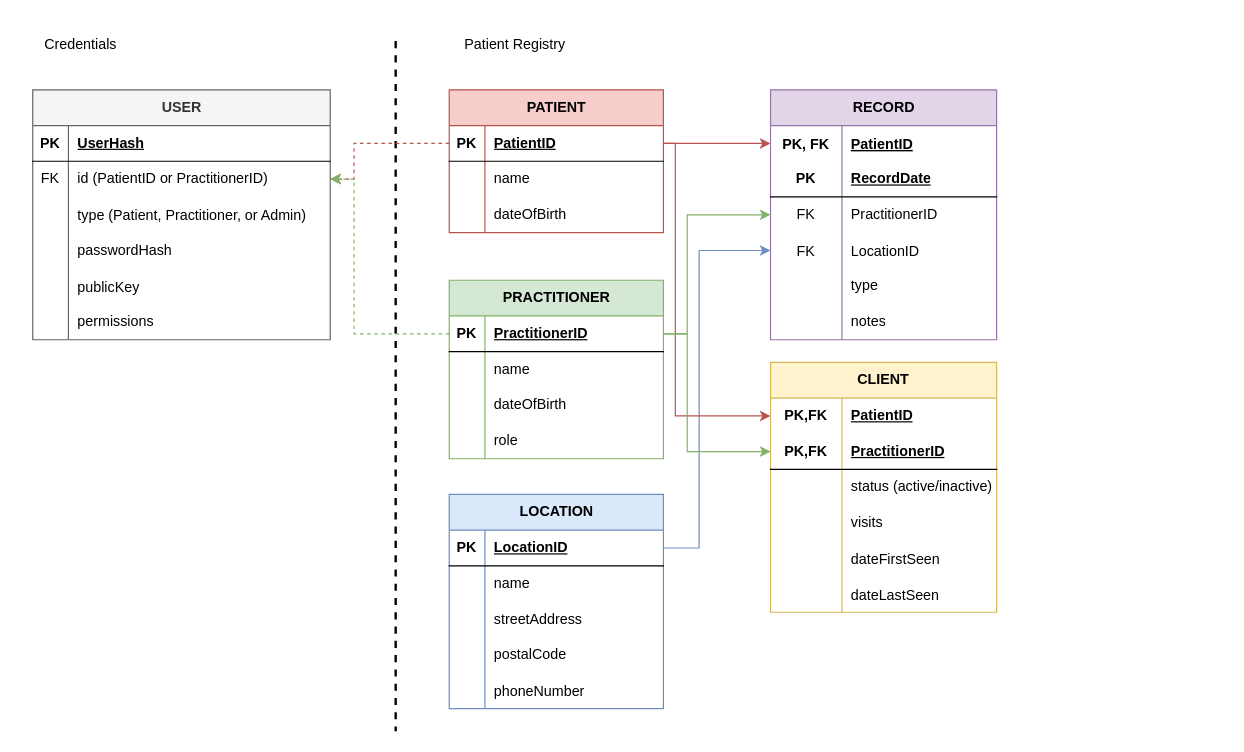
This is doc/EntityRelationshipDiagram.drawio from marciehenderson/electronic-health, a draw.io file, before an edit. Source tidied: cells renumbered, new cells numbered last; positions are measured from the earlier drawing's top-left corner, leaving out a move shared by most shapes. Both pictures are drawn from the tidied source at 119%, with x=0, y=0 at pixel (32, 26).
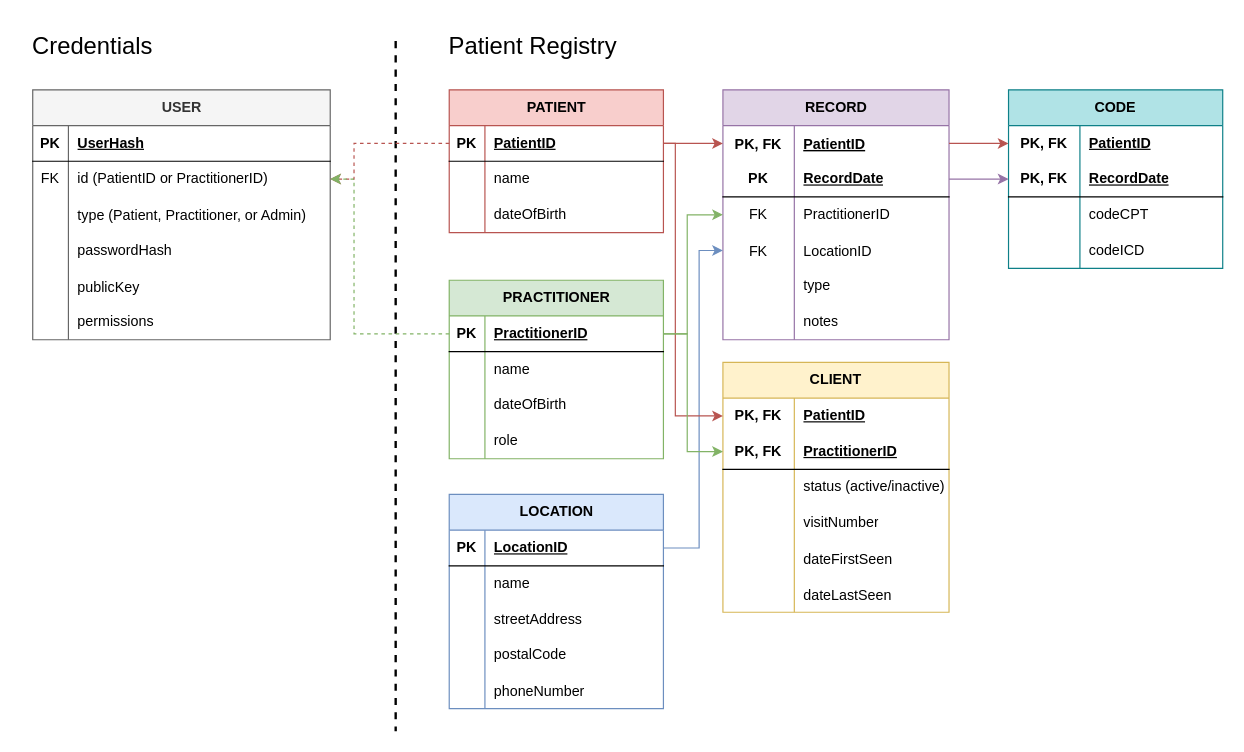
The same page after the edit.

The change refers to these unchanged cells:
```xml
<mxCell id="26" style="shape=tableRow;horizontal=0;startSize=0;swimlaneHead=0;swimlaneBody=0;fillColor=none;points=[[0,0.5],[1,0.5]];portConstraint=eastwest;top=0;left=0;right=0;bottom=0;" parent="25" vertex="1">
  <mxGeometry y="30" width="190" height="30" as="geometry" />
</mxCell>
<mxCell id="29" style="shape=tableRow;horizontal=0;startSize=0;swimlaneHead=0;swimlaneBody=0;fillColor=none;points=[[0,0.5],[1,0.5]];portConstraint=eastwest;top=0;left=0;right=0;bottom=1;" parent="25" vertex="1">
  <mxGeometry y="60" width="190" height="30" as="geometry" />
</mxCell>
<mxCell id="86" style="shape=tableRow;horizontal=0;startSize=0;swimlaneHead=0;swimlaneBody=0;fillColor=none;points=[[0,0.5],[1,0.5]];portConstraint=eastwest;top=0;left=0;right=0;bottom=0;html=1;" parent="85" vertex="1">
  <mxGeometry y="30" width="190" height="30" as="geometry" />
</mxCell>
<mxCell id="89" style="shape=tableRow;horizontal=0;startSize=0;swimlaneHead=0;swimlaneBody=0;fillColor=none;points=[[0,0.5],[1,0.5]];portConstraint=eastwest;top=0;left=0;right=0;bottom=1;html=1;" parent="85" vertex="1">
  <mxGeometry y="60" width="190" height="30" as="geometry" />
</mxCell>
<mxCell id="95" style="shape=tableRow;horizontal=0;startSize=0;swimlaneHead=0;swimlaneBody=0;fillColor=none;top=0;left=0;right=0;bottom=0;html=1;" parent="85" vertex="1">
  <mxGeometry y="120" width="190" height="30" as="geometry" />
</mxCell>
```

Diff of the diagram source:
```diff
@@
     <mxCell id="25" value="RECORD" style="shape=table;startSize=30;childLayout=tableLayout;rowLines=0;fontStyle=1;align=center;html=1;fillColor=#e1d5e7;strokeColor=#9673a6;" parent="1" vertex="1">
-      <mxGeometry x="620" y="53" width="190" height="210" as="geometry" />
+      <mxGeometry x="580" y="53" width="190" height="210" as="geometry" />
     </mxCell>
@@
-    <mxCell id="83" value="Credentials" style="text;html=1;align=center;verticalAlign=middle;strokeColor=none;fillColor=none;" parent="1" vertex="1">
-      <mxGeometry width="80" height="30" as="geometry" />
+    <mxCell id="83" value="Credentials" style="text;html=1;align=center;verticalAlign=middle;strokeColor=none;fillColor=none;fontSize=20;" parent="1" vertex="1">
+      <mxGeometry x="-10" y="-5" width="120" height="40" as="geometry" />
     </mxCell>
-    <mxCell id="84" value="&lt;div&gt;Patient Registry&lt;/div&gt;" style="text;html=1;align=center;verticalAlign=middle;strokeColor=none;fillColor=none;" parent="1" vertex="1">
-      <mxGeometry x="350" width="110" height="30" as="geometry" />
+    <mxCell id="84" value="&lt;div style=&quot;font-size: 20px;&quot;&gt;Patient Registry&lt;/div&gt;" style="text;html=1;align=center;verticalAlign=middle;strokeColor=none;fillColor=none;fontSize=20;" parent="1" vertex="1">
+      <mxGeometry x="340" y="-5" width="160" height="40" as="geometry" />
     </mxCell>
     <mxCell id="85" value="CLIENT" style="shape=table;startSize=30;childLayout=tableLayout;rowLines=0;fontStyle=1;align=center;html=1;whiteSpace=wrap;fillColor=#fff2cc;strokeColor=#d6b656;" parent="1" vertex="1">
-      <mxGeometry x="620" y="282" width="190" height="210" as="geometry" />
+      <mxGeometry x="580" y="282" width="190" height="210" as="geometry" />
     </mxCell>
@@
-    <mxCell id="87" value="PK,FK" style="shape=partialRectangle;fillColor=none;top=0;left=0;bottom=0;right=0;fontStyle=1;overflow=hidden;html=1;whiteSpace=wrap;" parent="86" vertex="1">
+    <mxCell id="87" value="PK, FK" style="shape=partialRectangle;fillColor=none;top=0;left=0;bottom=0;right=0;fontStyle=1;overflow=hidden;html=1;whiteSpace=wrap;" parent="86" vertex="1">
       <mxGeometry width="60" height="30" as="geometry" />
     </mxCell>
@@
-    <mxCell id="90" value="PK,FK" style="shape=partialRectangle;fillColor=none;top=0;left=0;bottom=0;right=0;fontStyle=1;overflow=hidden;html=1;whiteSpace=wrap;" parent="89" vertex="1">
+    <mxCell id="90" value="PK, FK" style="shape=partialRectangle;fillColor=none;top=0;left=0;bottom=0;right=0;fontStyle=1;overflow=hidden;html=1;whiteSpace=wrap;" parent="89" vertex="1">
       <mxGeometry width="60" height="30" as="geometry" />
     </mxCell>
@@
-    <mxCell id="97" value="visits" style="shape=partialRectangle;fillColor=none;top=0;left=0;bottom=0;right=0;align=left;spacingLeft=6;overflow=hidden;html=1;whiteSpace=wrap;" parent="95" vertex="1">
+    <mxCell id="97" value="visitNumber" style="shape=partialRectangle;fillColor=none;top=0;left=0;bottom=0;right=0;align=left;spacingLeft=6;overflow=hidden;html=1;whiteSpace=wrap;" parent="95" vertex="1">
       <mxGeometry x="60" width="130" height="30" as="geometry" />
     </mxCell>
@@
+    <mxCell id="108" value="CODE" style="shape=table;startSize=30;childLayout=tableLayout;rowLines=0;fontStyle=1;align=center;html=1;whiteSpace=wrap;fillColor=#b0e3e6;strokeColor=#0e8088;" parent="1" vertex="1">
+      <mxGeometry x="820" y="53" width="180" height="150" as="geometry" />
+    </mxCell>
+    <mxCell id="109" style="shape=tableRow;horizontal=0;startSize=0;swimlaneHead=0;swimlaneBody=0;fillColor=none;points=[[0,0.5],[1,0.5]];portConstraint=eastwest;top=0;left=0;right=0;bottom=0;html=1;" parent="108" vertex="1">
+      <mxGeometry y="30" width="180" height="30" as="geometry" />
+    </mxCell>
+    <mxCell id="110" value="PK, FK" style="shape=partialRectangle;fillColor=none;top=0;left=0;bottom=0;right=0;fontStyle=1;overflow=hidden;html=1;whiteSpace=wrap;" parent="109" vertex="1">
+      <mxGeometry width="60" height="30" as="geometry" />
+    </mxCell>
+    <mxCell id="111" value="PatientID" style="shape=partialRectangle;fillColor=none;top=0;left=0;bottom=0;right=0;align=left;spacingLeft=6;fontStyle=5;overflow=hidden;html=1;whiteSpace=wrap;" parent="109" vertex="1">
+      <mxGeometry x="60" width="120" height="30" as="geometry" />
+    </mxCell>
+    <mxCell id="112" style="shape=tableRow;horizontal=0;startSize=0;swimlaneHead=0;swimlaneBody=0;fillColor=none;points=[[0,0.5],[1,0.5]];portConstraint=eastwest;top=0;left=0;right=0;bottom=1;html=1;" parent="108" vertex="1">
+      <mxGeometry y="60" width="180" height="30" as="geometry" />
+    </mxCell>
+    <mxCell id="113" value="PK, FK" style="shape=partialRectangle;fillColor=none;top=0;left=0;bottom=0;right=0;fontStyle=1;overflow=hidden;html=1;whiteSpace=wrap;" parent="112" vertex="1">
+      <mxGeometry width="60" height="30" as="geometry" />
+    </mxCell>
+    <mxCell id="114" value="RecordDate" style="shape=partialRectangle;fillColor=none;top=0;left=0;bottom=0;right=0;align=left;spacingLeft=6;fontStyle=5;overflow=hidden;html=1;whiteSpace=wrap;" parent="112" vertex="1">
+      <mxGeometry x="60" width="120" height="30" as="geometry" />
+    </mxCell>
+    <mxCell id="115" style="shape=tableRow;horizontal=0;startSize=0;swimlaneHead=0;swimlaneBody=0;fillColor=none;top=0;left=0;right=0;bottom=0;html=1;" parent="108" vertex="1">
+      <mxGeometry y="90" width="180" height="30" as="geometry" />
+    </mxCell>
+    <mxCell id="116" style="shape=partialRectangle;fillColor=none;top=0;left=0;bottom=0;right=0;overflow=hidden;html=1;whiteSpace=wrap;" parent="115" vertex="1">
+      <mxGeometry width="60" height="30" as="geometry" />
+    </mxCell>
+    <mxCell id="117" value="codeCPT" style="shape=partialRectangle;fillColor=none;top=0;left=0;bottom=0;right=0;align=left;spacingLeft=6;overflow=hidden;html=1;whiteSpace=wrap;" parent="115" vertex="1">
+      <mxGeometry x="60" width="120" height="30" as="geometry" />
+    </mxCell>
+    <mxCell id="118" style="shape=tableRow;horizontal=0;startSize=0;swimlaneHead=0;swimlaneBody=0;fillColor=none;top=0;left=0;right=0;bottom=0;html=1;" parent="108" vertex="1">
+      <mxGeometry y="120" width="180" height="30" as="geometry" />
+    </mxCell>
+    <mxCell id="119" style="shape=partialRectangle;fillColor=none;top=0;left=0;bottom=0;right=0;overflow=hidden;html=1;whiteSpace=wrap;" parent="118" vertex="1">
+      <mxGeometry width="60" height="30" as="geometry" />
+    </mxCell>
+    <mxCell id="120" value="codeICD" style="shape=partialRectangle;fillColor=none;top=0;left=0;bottom=0;right=0;align=left;spacingLeft=6;overflow=hidden;html=1;whiteSpace=wrap;" parent="118" vertex="1">
+      <mxGeometry x="60" width="120" height="30" as="geometry" />
+    </mxCell>
+    <mxCell id="121" style="edgeStyle=orthogonalEdgeStyle;rounded=0;jettySize=auto;html=1;exitX=1;exitY=0.5;exitDx=0;exitDy=0;entryX=0;entryY=0.5;entryDx=0;entryDy=0;fillColor=#f8cecc;strokeColor=#b85450;" parent="1" edge="1" source="26" target="109">
+      <mxGeometry relative="1" as="geometry" />
+    </mxCell>
+    <mxCell id="122" style="edgeStyle=orthogonalEdgeStyle;rounded=0;jettySize=auto;html=1;exitX=1;exitY=0.5;exitDx=0;exitDy=0;entryX=0;entryY=0.5;entryDx=0;entryDy=0;fillColor=#e1d5e7;strokeColor=#9673a6;" parent="1" edge="1" source="29" target="112">
+      <mxGeometry relative="1" as="geometry" />
+    </mxCell>
```
